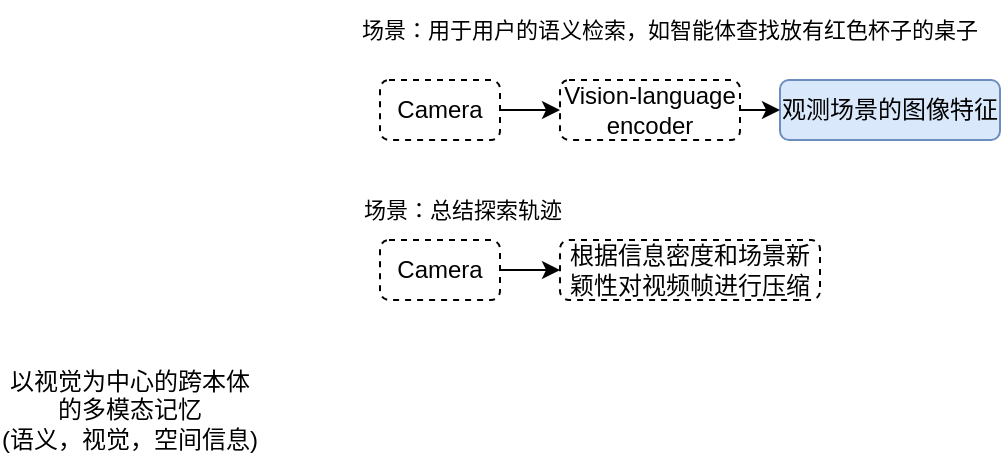
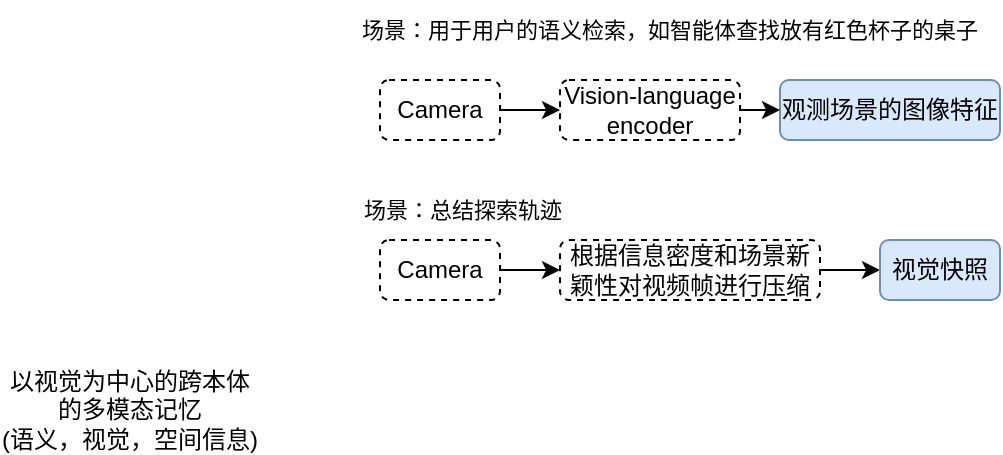
<mxfile host="app.diagrams.net">
  <diagram name="第 1 页" id="ri1UiOSOw__C7K71Jf-3">
    <mxGraphModel dx="884" dy="479" grid="1" gridSize="10" guides="1" tooltips="1" connect="1" arrows="1" fold="1" page="1" pageScale="1" pageWidth="3300" pageHeight="2339" math="0" shadow="0">
      <root>
        <mxCell id="0" />
        <mxCell id="1" parent="0" />
        <mxCell id="8uAygAgR7DF40HWwl34I-1" parent="1" style="text;html=1;whiteSpace=wrap;strokeColor=none;fillColor=none;align=center;verticalAlign=middle;rounded=0;" value="以视觉为中心的跨本体的多模态记忆&lt;br&gt;(语义，视觉，空间信息)" vertex="1">
          <mxGeometry height="30" width="130" x="20" y="260" as="geometry" />
        </mxCell>
        <mxCell id="8uAygAgR7DF40HWwl34I-2" parent="1" style="rounded=1;whiteSpace=wrap;html=1;fillColor=#dae8fc;strokeColor=#6c8ebf;" value="观测场景的图像特征" vertex="1">
          <mxGeometry height="30" width="110" x="410" y="110" as="geometry" />
        </mxCell>
        <mxCell id="8uAygAgR7DF40HWwl34I-5" edge="1" parent="1" source="8uAygAgR7DF40HWwl34I-3" style="edgeStyle=orthogonalEdgeStyle;rounded=0;orthogonalLoop=1;jettySize=auto;html=1;exitX=1;exitY=0.5;exitDx=0;exitDy=0;entryX=0;entryY=0.5;entryDx=0;entryDy=0;" target="8uAygAgR7DF40HWwl34I-2">
          <mxGeometry relative="1" as="geometry" />
        </mxCell>
        <mxCell id="8uAygAgR7DF40HWwl34I-3" parent="1" style="rounded=1;whiteSpace=wrap;html=1;dashed=1;" value="Vision-language encoder" vertex="1">
          <mxGeometry height="30" width="90" x="300" y="110" as="geometry" />
        </mxCell>
        <mxCell id="8uAygAgR7DF40HWwl34I-6" edge="1" parent="1" source="8uAygAgR7DF40HWwl34I-4" style="edgeStyle=orthogonalEdgeStyle;rounded=0;orthogonalLoop=1;jettySize=auto;html=1;exitX=1;exitY=0.5;exitDx=0;exitDy=0;entryX=0;entryY=0.5;entryDx=0;entryDy=0;" target="8uAygAgR7DF40HWwl34I-3">
          <mxGeometry relative="1" as="geometry" />
        </mxCell>
        <mxCell id="8uAygAgR7DF40HWwl34I-4" parent="1" style="rounded=1;whiteSpace=wrap;html=1;dashed=1;" value="Camera" vertex="1">
          <mxGeometry height="30" width="60" x="210" y="110" as="geometry" />
        </mxCell>
        <mxCell id="8uAygAgR7DF40HWwl34I-7" parent="1" style="text;html=1;whiteSpace=wrap;strokeColor=none;fillColor=none;align=center;verticalAlign=middle;rounded=0;fontSize=11;" value="场景：用于用户的语义检索，如智能体查找放有红色杯子的桌子" vertex="1">
          <mxGeometry height="30" width="310" x="200" y="70" as="geometry" />
        </mxCell>
        <mxCell id="8uAygAgR7DF40HWwl34I-10" edge="1" parent="1" source="8uAygAgR7DF40HWwl34I-8" style="edgeStyle=orthogonalEdgeStyle;rounded=0;orthogonalLoop=1;jettySize=auto;html=1;" target="8uAygAgR7DF40HWwl34I-9" value="">
          <mxGeometry relative="1" as="geometry" />
        </mxCell>
        <mxCell id="8uAygAgR7DF40HWwl34I-8" parent="1" style="rounded=1;whiteSpace=wrap;html=1;dashed=1;" value="Camera" vertex="1">
          <mxGeometry height="30" width="60" x="210" y="190" as="geometry" />
        </mxCell>
+         <mxCell id="8uAygAgR7DF40HWwl34I-14" edge="1" parent="1" source="8uAygAgR7DF40HWwl34I-9" style="edgeStyle=orthogonalEdgeStyle;rounded=0;orthogonalLoop=1;jettySize=auto;html=1;exitX=1;exitY=0.5;exitDx=0;exitDy=0;entryX=0;entryY=0.5;entryDx=0;entryDy=0;" target="8uAygAgR7DF40HWwl34I-13">
+           <mxGeometry relative="1" as="geometry" />
+         </mxCell>
        <mxCell id="8uAygAgR7DF40HWwl34I-9" parent="1" style="rounded=1;whiteSpace=wrap;html=1;dashed=1;" value="根据信息密度和场景新颖性对视频帧进行压缩" vertex="1">
          <mxGeometry height="30" width="130" x="300" y="190" as="geometry" />
        </mxCell>
        <mxCell id="8uAygAgR7DF40HWwl34I-11" parent="1" style="text;html=1;whiteSpace=wrap;strokeColor=none;fillColor=none;align=left;verticalAlign=middle;rounded=0;fontSize=11;" value="场景：总结探索轨迹" vertex="1">
-           <mxGeometry height="30" width="310" x="200" y="160" as="geometry" />
+           <mxGeometry height="30" width="110" x="200" y="160" as="geometry" />
+         </mxCell>
+         <mxCell id="8uAygAgR7DF40HWwl34I-13" parent="1" style="rounded=1;whiteSpace=wrap;html=1;fillColor=#dae8fc;strokeColor=#6c8ebf;" value="视觉快照" vertex="1">
+           <mxGeometry height="30" width="60" x="460" y="190" as="geometry" />
        </mxCell>
      </root>
    </mxGraphModel>
  </diagram>
</mxfile>
